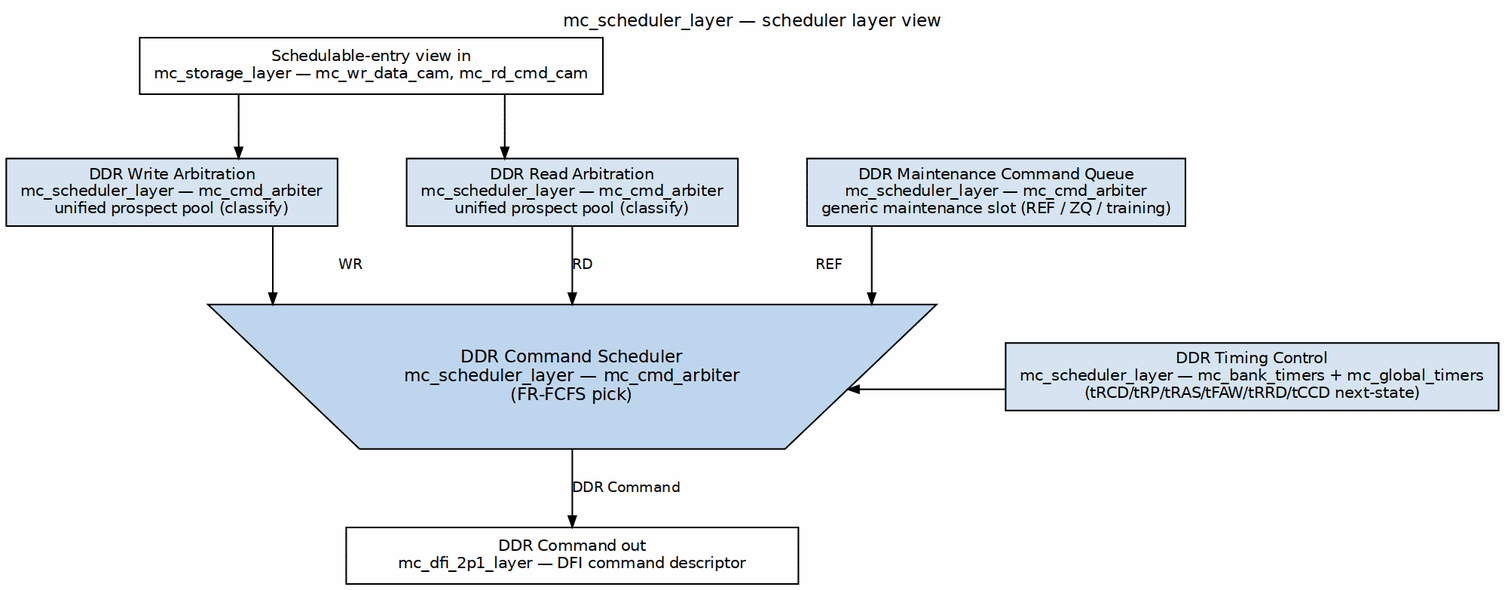
This is projects/components/mem-ctrl-ip/common-ip/docs/common_mas/assets/graphviz/03_mc_scheduler_layer.png from sean-galloway/RTLDesignSherpa, a Graphviz export, as it was before one commit. Its source is kept beside it as projects/components/mem-ctrl-ip/common-ip/docs/common_mas/assets/graphviz/03_mc_scheduler_layer.dot. Its diagram source:
```dot
digraph mc_scheduler_layer {
    graph [rankdir=TB, bgcolor="white", fontname="Helvetica", fontsize=11,
           nodesep="0.30", ranksep="0.55", splines=ortho,
           label="mc_scheduler_layer — scheduler layer view",
           labelloc=t, labeljust=c];
    node  [fontname="Helvetica", fontsize=10, shape=box, style=filled,
           fillcolor="#D6E4F0", color="black", margin="0.12,0.07"];
    edge  [fontname="Helvetica", fontsize=9, color="black", arrowsize=0.7];

    sch_in [label="Schedulable-entry view in\nmc_storage_layer — mc_wr_data_cam, mc_rd_cmd_cam",
            fillcolor="white"];

    wr_arb [label="DDR Write Arbitration\nmc_scheduler_layer — mc_cmd_arbiter\nunified prospect pool (classify)"];
    rd_arb [label="DDR Read Arbitration\nmc_scheduler_layer — mc_cmd_arbiter\nunified prospect pool (classify)"];
    maint  [label="DDR Maintenance Command Queue\nmc_scheduler_layer — mc_cmd_arbiter\ngeneric maintenance slot (REF / ZQ / training)"];
    sched  [label="DDR Command Scheduler\nmc_scheduler_layer — mc_cmd_arbiter\n(FR-FCFS pick)",
            shape=invtrapezium, width=4.6, fillcolor="#BFD7EE", fontsize=11];
    tctl   [label="DDR Timing Control\nmc_scheduler_layer — mc_bank_timers + mc_global_timers\n(tRCD/tRP/tRAS/tFAW/tRRD/tCCD next-state)"];

    cmd_out [label="DDR Command out\nmc_dfi_2p1_layer — DFI command descriptor",
             fillcolor="white", width=4.0];

    sch_in -> wr_arb;
    sch_in -> rd_arb;
    wr_arb -> sched [label="WR"];
    rd_arb -> sched [label="RD"];
    maint  -> sched [label="REF"];
    tctl   -> sched;
    sched  -> cmd_out [label="DDR Command"];

    { rank=same; sch_in; }
    { rank=same; wr_arb; rd_arb; maint; }
    wr_arb -> rd_arb [style=invis];
    rd_arb -> maint  [style=invis];
    { rank=same; sched; tctl; }
    sched -> tctl [style=invis];
    { rank=same; cmd_out; }
}
```
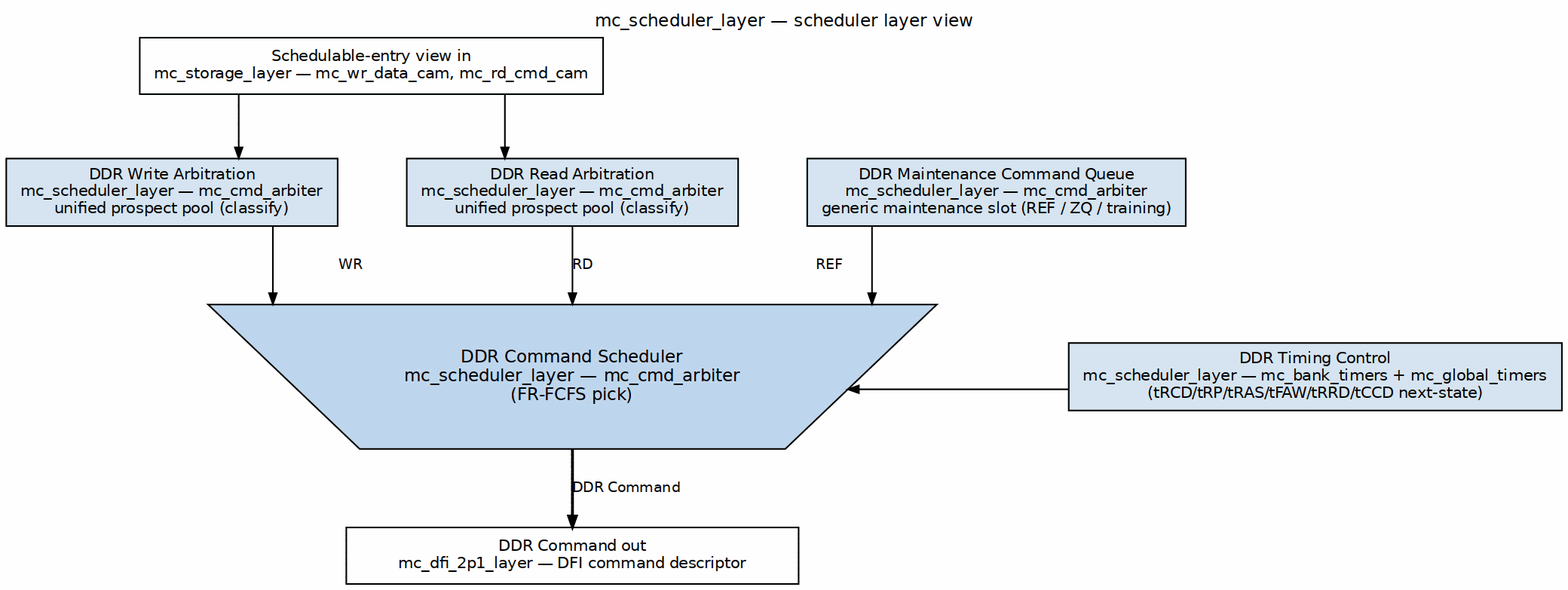
After the commit.

Commit message:
docs(mem-ctrl): trapezium labels + heavier command output (owner feedback)

Diff of the diagram source:
```diff
@@ -25,8 +25,8 @@
     wr_arb -> sched [label="WR"];
     rd_arb -> sched [label="RD"];
     maint  -> sched [label="REF"];
-    tctl   -> sched;
-    sched  -> cmd_out [label="DDR Command"];
+    tctl   -> sched [label="timer window"];
+    sched  -> cmd_out [label="DDR Command", penwidth=1.8];
 
     { rank=same; sch_in; }
     { rank=same; wr_arb; rd_arb; maint; }
```
